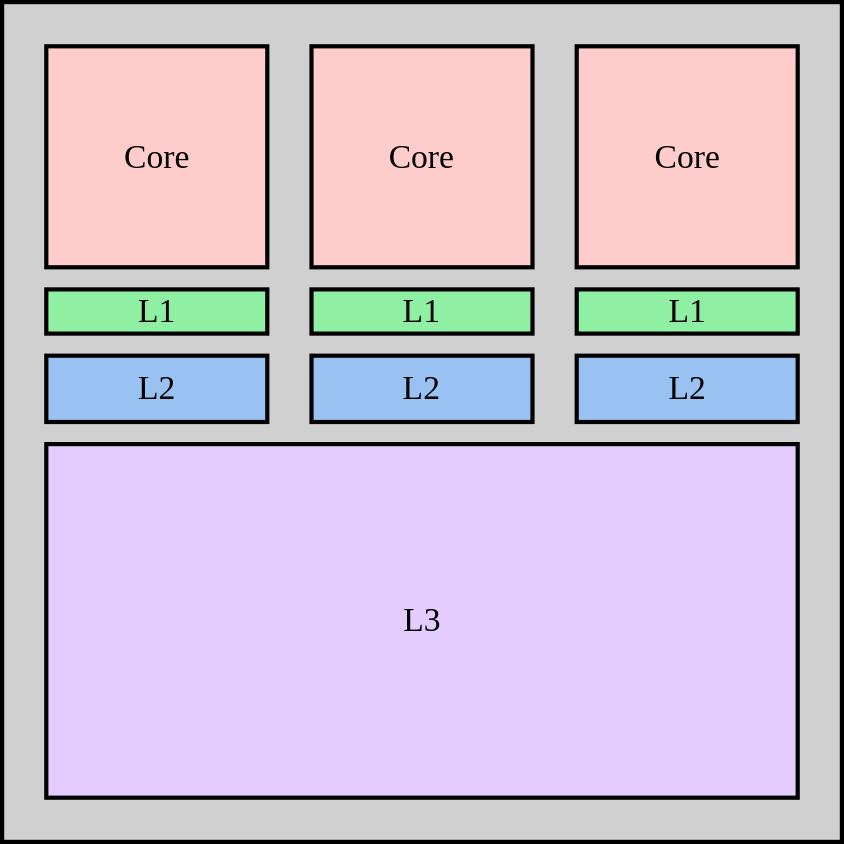
This is Presentation/Figs/CPUs.drawio.svg from scrufulufugus/tdr-inverse-materials, a draw.io export, as it was before one commit. Source tidied: cells renumbered, new cells last; positions are measured from the earlier drawing's top-left corner, leaving out a move shared by most shapes.
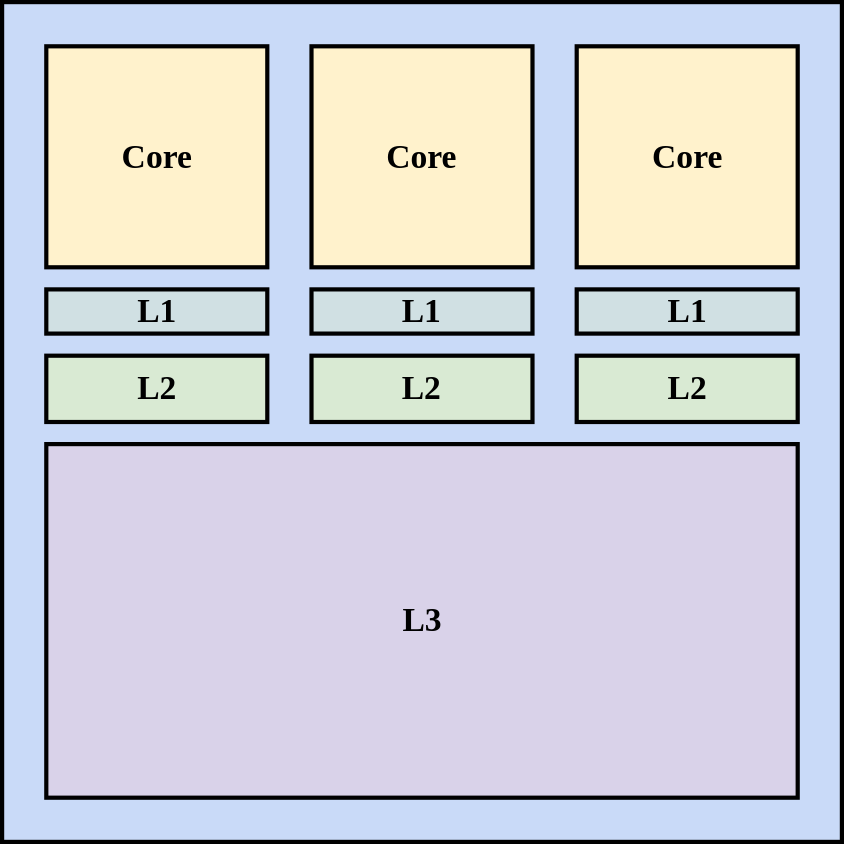
After the commit.

Change to the diagram source:
```diff
@@ -2,40 +2,40 @@
   <root>
     <mxCell id="0" />
     <mxCell id="1" parent="0" />
-    <mxCell id="2" style="group;fontFamily=DMCA Sans Serif;" parent="1" vertex="1">
+    <mxCell id="2" style="group;fontFamily=DMCA Sans Serif;fontStyle=1;" parent="1" vertex="1">
       <mxGeometry width="600" height="600" as="geometry" />
     </mxCell>
-    <mxCell id="3" style="rounded=0;whiteSpace=wrap;html=1;strokeWidth=3;fontFamily=DMCA Sans Serif;fontSize=24;fillColor=#D0D0D0;" parent="2" vertex="1">
+    <mxCell id="3" style="rounded=0;whiteSpace=wrap;html=1;strokeWidth=3;fontFamily=DMCA Sans Serif;fontSize=24;fillColor=#C9DAF8;fontStyle=1;" parent="2" vertex="1">
       <mxGeometry width="600" height="600" as="geometry" />
     </mxCell>
-    <mxCell id="4" value="Core" style="rounded=0;whiteSpace=wrap;html=1;strokeWidth=3;fillColor=#FFCCCC;fontFamily=DMCA Sans Serif;fontSize=24;" parent="2" vertex="1">
+    <mxCell id="4" value="Core" style="rounded=0;whiteSpace=wrap;html=1;strokeWidth=3;fillColor=#FFF2CC;fontFamily=DMCA Sans Serif;fontSize=24;fontStyle=1;" parent="2" vertex="1">
       <mxGeometry x="31.6" y="31.6" width="157.9" height="157.9" as="geometry" />
     </mxCell>
-    <mxCell id="5" value="Core" style="rounded=0;whiteSpace=wrap;html=1;strokeWidth=3;fillColor=#FFCCCC;fontFamily=DMCA Sans Serif;fontSize=24;" parent="2" vertex="1">
+    <mxCell id="5" value="Core" style="rounded=0;whiteSpace=wrap;html=1;strokeWidth=3;fillColor=#FFF2CC;fontFamily=DMCA Sans Serif;fontSize=24;fontStyle=1;" parent="2" vertex="1">
       <mxGeometry x="221.1" y="31.6" width="157.9" height="157.9" as="geometry" />
     </mxCell>
-    <mxCell id="6" value="Core" style="rounded=0;whiteSpace=wrap;html=1;strokeWidth=3;fillColor=#FFCCCC;fontFamily=DMCA Sans Serif;fontSize=24;" parent="2" vertex="1">
+    <mxCell id="6" value="Core" style="rounded=0;whiteSpace=wrap;html=1;strokeWidth=3;fillColor=#FFF2CC;fontFamily=DMCA Sans Serif;fontSize=24;fontStyle=1;" parent="2" vertex="1">
       <mxGeometry x="410.5" y="31.6" width="157.9" height="157.9" as="geometry" />
     </mxCell>
-    <mxCell id="7" value="L1" style="rounded=0;whiteSpace=wrap;html=1;strokeWidth=3;fillColor=#8ff0a4;fontFamily=DMCA Sans Serif;fontSize=24;" parent="2" vertex="1">
+    <mxCell id="7" value="L1" style="rounded=0;whiteSpace=wrap;html=1;strokeWidth=3;fillColor=#D0E0E3;fontFamily=DMCA Sans Serif;fontSize=24;fontStyle=1;" parent="2" vertex="1">
       <mxGeometry x="31.6" y="205.3" width="157.9" height="31.6" as="geometry" />
     </mxCell>
-    <mxCell id="8" value="L1" style="rounded=0;whiteSpace=wrap;html=1;strokeWidth=3;fillColor=#8ff0a4;fontFamily=DMCA Sans Serif;fontSize=24;" parent="2" vertex="1">
+    <mxCell id="8" value="L1" style="rounded=0;whiteSpace=wrap;html=1;strokeWidth=3;fillColor=#D0E0E3;fontFamily=DMCA Sans Serif;fontSize=24;fontStyle=1;" parent="2" vertex="1">
       <mxGeometry x="221.1" y="205.3" width="157.9" height="31.6" as="geometry" />
     </mxCell>
-    <mxCell id="9" value="L1" style="rounded=0;whiteSpace=wrap;html=1;strokeWidth=3;fillColor=#8ff0a4;fontFamily=DMCA Sans Serif;fontSize=24;" parent="2" vertex="1">
+    <mxCell id="9" value="L1" style="rounded=0;whiteSpace=wrap;html=1;strokeWidth=3;fillColor=#D0E0E3;fontFamily=DMCA Sans Serif;fontSize=24;fontStyle=1;" parent="2" vertex="1">
       <mxGeometry x="410.5" y="205.3" width="157.9" height="31.6" as="geometry" />
     </mxCell>
-    <mxCell id="10" value="L2" style="rounded=0;whiteSpace=wrap;html=1;strokeWidth=3;fillColor=#99c1f1;fontFamily=DMCA Sans Serif;fontSize=24;" parent="2" vertex="1">
+    <mxCell id="10" value="L2" style="rounded=0;whiteSpace=wrap;html=1;strokeWidth=3;fillColor=#D9EAD3;fontFamily=DMCA Sans Serif;fontSize=24;fontStyle=1;" parent="2" vertex="1">
       <mxGeometry x="31.6" y="252.6" width="157.9" height="47.4" as="geometry" />
     </mxCell>
-    <mxCell id="11" value="L2" style="rounded=0;whiteSpace=wrap;html=1;strokeWidth=3;fillColor=#99c1f1;fontFamily=DMCA Sans Serif;fontSize=24;" parent="2" vertex="1">
+    <mxCell id="11" value="L2" style="rounded=0;whiteSpace=wrap;html=1;strokeWidth=3;fillColor=#D9EAD3;fontFamily=DMCA Sans Serif;fontSize=24;fontStyle=1;" parent="2" vertex="1">
       <mxGeometry x="221.1" y="252.6" width="157.9" height="47.4" as="geometry" />
     </mxCell>
-    <mxCell id="12" value="L2" style="rounded=0;whiteSpace=wrap;html=1;strokeWidth=3;fillColor=#99c1f1;fontFamily=DMCA Sans Serif;fontSize=24;" parent="2" vertex="1">
+    <mxCell id="12" value="L2" style="rounded=0;whiteSpace=wrap;html=1;strokeWidth=3;fillColor=#D9EAD3;fontFamily=DMCA Sans Serif;fontSize=24;fontStyle=1;" parent="2" vertex="1">
       <mxGeometry x="410.5" y="252.6" width="157.9" height="47.4" as="geometry" />
     </mxCell>
-    <mxCell id="13" value="L3" style="rounded=0;whiteSpace=wrap;html=1;strokeWidth=3;fillColor=#E5CCFF;fontFamily=DMCA Sans Serif;fontSize=24;" parent="2" vertex="1">
+    <mxCell id="13" value="L3" style="rounded=0;whiteSpace=wrap;html=1;strokeWidth=3;fillColor=#D9D2E9;fontFamily=DMCA Sans Serif;fontSize=24;fontStyle=1;" parent="2" vertex="1">
       <mxGeometry x="31.6" y="315.8" width="536.8" height="252.6" as="geometry" />
     </mxCell>
   </root>
```
